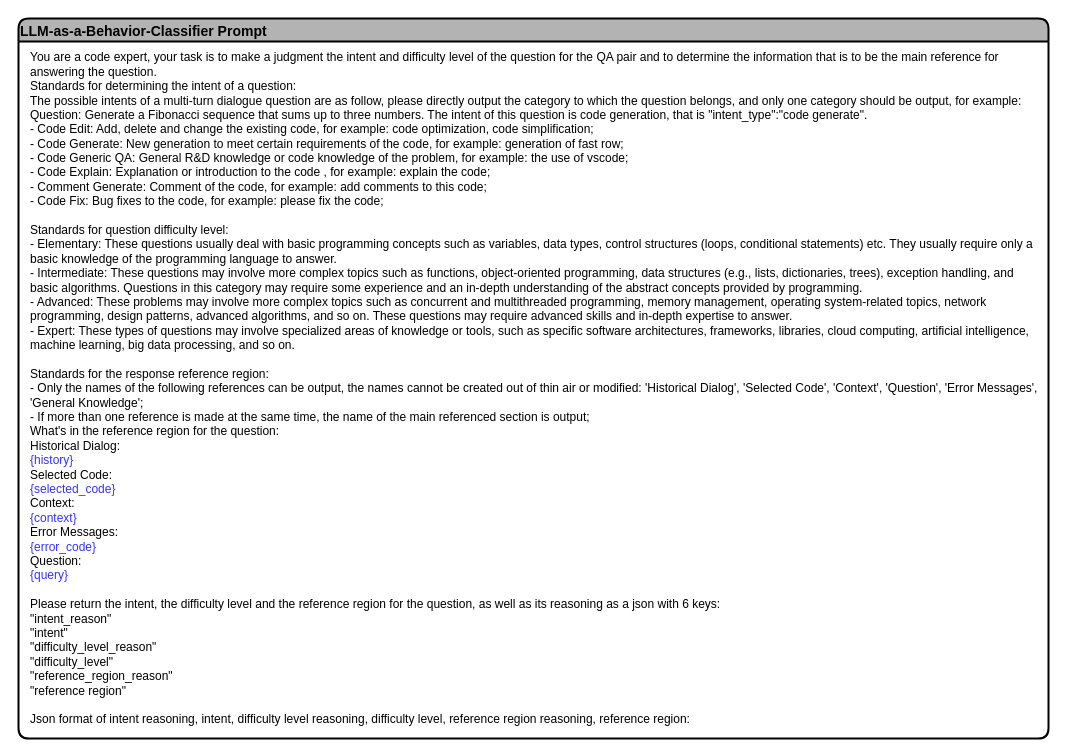
This is DialogAgent/LLM classifier prompt.drawio from liangxiaoyun/drawio_pics, a draw.io file, before an edit. Source tidied: cells renumbered, new cells numbered last; positions are measured from the earlier drawing's top-left corner, leaving out a move shared by most shapes. Both pictures are drawn from the tidied source at 100%, with x=0, y=0 at pixel (18, 18).
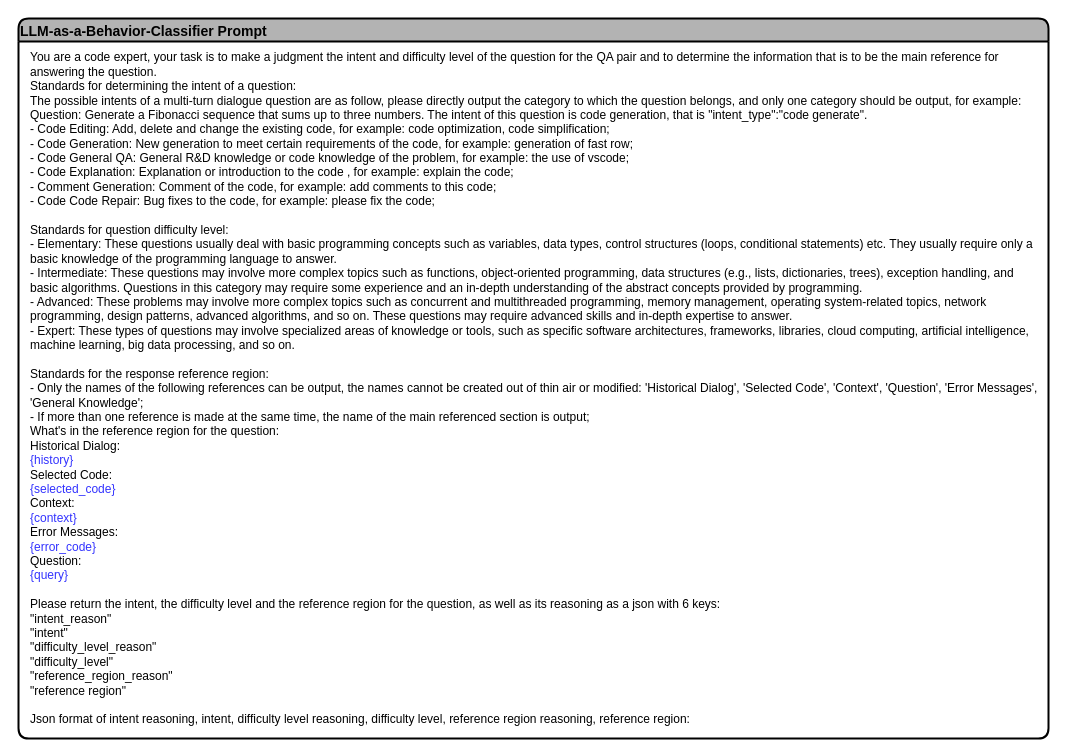
The same diagram, later.

What changed in the source:
```diff
@@
 <mxGraphModel>
   <root>
     <mxCell id="0" />
     <mxCell id="1" parent="0" />
     <mxCell id="2" value="LLM-as-a-Behavior-Classifier Prompt" style="swimlane;rounded=1;align=left;fillColor=#B3B3B3;strokeWidth=2;fontSize=14;" parent="1" vertex="1">
       <mxGeometry width="1030" height="720" as="geometry" />
     </mxCell>
-    <mxCell id="3" value="&lt;div&gt;&lt;span style=&quot;background-color: initial;&quot;&gt;You are a code expert,&amp;nbsp;&lt;/span&gt;&lt;span style=&quot;background-color: initial;&quot;&gt;your task is to&amp;nbsp;&lt;/span&gt;make a judgment&lt;span style=&quot;background-color: initial;&quot;&gt;&amp;nbsp;the intent and difficulty level of the question for the QA pair and to determine the information that is to be the main reference for answering the question.&lt;/span&gt;&lt;/div&gt;&lt;div&gt;Standards for determining the intent of a question:&lt;/div&gt;&lt;div&gt;The possible intents of a multi-turn dialogue question are as follow, please directly output the category to which the question belongs, and only one category should be output, for example: Question: Generate a Fibonacci sequence that sums up to three numbers. The intent of this question is code generation, that is &quot;intent_type&quot;:&quot;&lt;span style=&quot;text-align: center; text-wrap: nowrap;&quot;&gt;code generate&lt;/span&gt;&quot;.&lt;/div&gt;&lt;div&gt;- C&lt;span style=&quot;text-align: center; text-wrap: nowrap;&quot;&gt;ode Edit&lt;/span&gt;: Add, delete and change the existing code, for example: code optimization, code simplification;&lt;/div&gt;&lt;div&gt;- C&lt;span style=&quot;text-align: center; text-wrap: nowrap;&quot;&gt;ode Generate&lt;/span&gt;: New generation to meet certain requirements of the code, for example: generation of fast row;&lt;/div&gt;&lt;div&gt;- Code Generic QA: General R&amp;amp;D knowledge or code knowledge of the problem, for example: the use of vscode;&lt;/div&gt;&lt;div&gt;- C&lt;span style=&quot;text-align: center; text-wrap: nowrap;&quot;&gt;ode Explain&lt;/span&gt;: Explanation or introduction to the code , for example: explain the code;&lt;/div&gt;&lt;div&gt;- Comment Generate: Comment&amp;nbsp;of the code, for example: add comments to this code;&lt;/div&gt;&lt;div&gt;- C&lt;span style=&quot;text-align: center; text-wrap: nowrap;&quot;&gt;ode Fix&lt;/span&gt;: B&lt;span style=&quot;background-color: initial;&quot;&gt;ug fixes to the code, for example: please fix the code;&lt;/span&gt;&lt;/div&gt;&lt;div&gt;&lt;span style=&quot;background-color: initial;&quot;&gt;&lt;br&gt;&lt;/span&gt;&lt;/div&gt;&lt;div&gt;Standards for question difficulty level:&lt;/div&gt;&lt;div&gt;&lt;div&gt;- Elementary: These questions usually deal with basic programming concepts such as variables, data types, control structures (loops, conditional statements) etc. They usually require only a basic knowledge of the programming language to answer.&lt;/div&gt;&lt;div&gt;- Intermediate: These questions may involve more complex topics such as functions, object-oriented programming, data structures (e.g., lists, dictionaries, trees), exception handling, and basic algorithms. Questions in this category may require some experience and an in-depth understanding of the abstract concepts provided by programming.&lt;/div&gt;&lt;div&gt;- Advanced: These problems may involve more complex topics such as concurrent and multithreaded programming, memory management, operating system-related topics, network programming, design patterns, advanced algorithms, and so on. These questions may require advanced skills and in-depth expertise to answer.&lt;/div&gt;&lt;div&gt;- Expert: These types of questions may involve specialized areas of knowledge or tools, such as specific software architectures, frameworks, libraries, cloud computing, artificial intelligence, machine learning, big data processing, and so on.&lt;/div&gt;&lt;/div&gt;&lt;div&gt;&lt;br&gt;&lt;/div&gt;&lt;div&gt;&lt;div&gt;&lt;span style=&quot;background-color: initial;&quot;&gt;Standards&lt;/span&gt;&amp;nbsp;for the response reference region:&lt;/div&gt;&lt;div&gt;- Only the names of the following references can be output, the names cannot be created out of thin air or modified: 'Historical Dialog', 'Selected Code', 'Context', 'Question', 'Error Messages', 'General Knowledge';&lt;/div&gt;&lt;div&gt;- If more than one reference is made at the same time, the name of the main referenced section is output;&lt;/div&gt;&lt;div&gt;What's in the reference region for the question:&lt;/div&gt;&lt;div&gt;&lt;span style=&quot;background-color: initial;&quot;&gt;Historical Dialog&lt;/span&gt;:&lt;/div&gt;&lt;div&gt;&lt;font color=&quot;#3333ff&quot;&gt;{history}&lt;/font&gt;&lt;/div&gt;&lt;div&gt;Selected Code:&lt;/div&gt;&lt;div&gt;&lt;font color=&quot;#3333ff&quot;&gt;{selected_code}&lt;/font&gt;&lt;/div&gt;&lt;div&gt;&lt;span style=&quot;background-color: initial;&quot;&gt;Context&lt;/span&gt;:&lt;/div&gt;&lt;div&gt;&lt;font color=&quot;#3333ff&quot;&gt;{c&lt;span style=&quot;background-color: initial;&quot;&gt;ontext&lt;/span&gt;&lt;span style=&quot;background-color: initial;&quot;&gt;}&lt;/span&gt;&lt;/font&gt;&lt;/div&gt;&lt;div&gt;Error Messages:&lt;/div&gt;&lt;div&gt;&lt;font color=&quot;#3333ff&quot;&gt;{error_code}&lt;/font&gt;&lt;/div&gt;&lt;div&gt;Question:&lt;/div&gt;&lt;div&gt;&lt;font color=&quot;#3333ff&quot;&gt;{query}&lt;/font&gt;&lt;/div&gt;&lt;/div&gt;&lt;div&gt;&lt;br&gt;&lt;/div&gt;&lt;div&gt;Please return the intent, the&amp;nbsp;&lt;span style=&quot;background-color: initial;&quot;&gt;difficulty level&lt;/span&gt;&lt;span style=&quot;background-color: initial;&quot;&gt;&amp;nbsp;and the&amp;nbsp;&lt;/span&gt;&lt;span style=&quot;background-color: initial;&quot;&gt;reference region&amp;nbsp;for the question, as well as&amp;nbsp;&lt;/span&gt;&lt;span style=&quot;background-color: initial;&quot;&gt;its reasoning&amp;nbsp;as a json&amp;nbsp;with 6 keys:&lt;/span&gt;&lt;/div&gt;&lt;div&gt;&quot;intent_reason&quot;&lt;/div&gt;&lt;div&gt;&quot;intent&quot;&lt;/div&gt;&lt;div&gt;&quot;difficulty_level_reason&quot;&lt;/div&gt;&lt;div&gt;&quot;difficulty_level&quot;&lt;/div&gt;&lt;div&gt;&quot;&lt;span style=&quot;background-color: initial;&quot;&gt;reference_region_reason&lt;/span&gt;&lt;span style=&quot;background-color: initial;&quot;&gt;&quot;&lt;/span&gt;&lt;/div&gt;&lt;div&gt;&lt;span style=&quot;background-color: initial;&quot;&gt;&quot;&lt;/span&gt;&lt;span style=&quot;background-color: initial;&quot;&gt;reference&amp;nbsp;&lt;/span&gt;&lt;span style=&quot;background-color: initial;&quot;&gt;region&lt;/span&gt;&lt;span style=&quot;background-color: initial;&quot;&gt;&quot;&lt;/span&gt;&lt;/div&gt;&lt;div&gt;&lt;br&gt;&lt;/div&gt;&lt;div&gt;Json format of intent reasoning, intent, difficulty level reasoning, difficulty level,&amp;nbsp;&lt;span style=&quot;background-color: initial;&quot;&gt;reference region&amp;nbsp;reasoning,&amp;nbsp;&lt;/span&gt;&lt;span style=&quot;background-color: initial;&quot;&gt;reference&amp;nbsp;&lt;/span&gt;&lt;span style=&quot;background-color: initial;&quot;&gt;region:&lt;/span&gt;&lt;/div&gt;" style="text;html=1;align=left;verticalAlign=middle;whiteSpace=wrap;rounded=0;" parent="1" vertex="1">
+    <mxCell id="3" value="&lt;div&gt;&lt;span style=&quot;background-color: initial;&quot;&gt;You are a code expert,&amp;nbsp;&lt;/span&gt;&lt;span style=&quot;background-color: initial;&quot;&gt;your task is to&amp;nbsp;&lt;/span&gt;make a judgment&lt;span style=&quot;background-color: initial;&quot;&gt;&amp;nbsp;the intent and difficulty level of the question for the QA pair and to determine the information that is to be the main reference for answering the question.&lt;/span&gt;&lt;/div&gt;&lt;div&gt;Standards for determining the intent of a question:&lt;/div&gt;&lt;div&gt;The possible intents of a multi-turn dialogue question are as follow, please directly output the category to which the question belongs, and only one category should be output, for example: Question: Generate a Fibonacci sequence that sums up to three numbers. The intent of this question is code generation, that is &quot;intent_type&quot;:&quot;&lt;span style=&quot;text-align: center; text-wrap: nowrap;&quot;&gt;code generate&lt;/span&gt;&quot;.&lt;/div&gt;&lt;div&gt;- C&lt;span style=&quot;text-align: center; text-wrap: nowrap;&quot;&gt;ode Editing&lt;/span&gt;: Add, delete and change the existing code, for example: code optimization, code simplification;&lt;/div&gt;&lt;div&gt;- C&lt;span style=&quot;text-align: center; text-wrap: nowrap;&quot;&gt;ode Generation&lt;/span&gt;: New generation to meet certain requirements of the code, for example: generation of fast row;&lt;/div&gt;&lt;div&gt;- Code General QA: General R&amp;amp;D knowledge or code knowledge of the problem, for example: the use of vscode;&lt;/div&gt;&lt;div&gt;&lt;span style=&quot;text-align: center; background-color: initial;&quot;&gt;- C&lt;/span&gt;&lt;span style=&quot;text-align: center; background-color: initial; text-wrap: nowrap;&quot;&gt;ode E&lt;/span&gt;&lt;span style=&quot;text-align: center; background-color: initial; text-wrap: nowrap;&quot;&gt;xplanation&lt;/span&gt;&lt;span style=&quot;text-align: center; background-color: initial;&quot;&gt;: Explanation or introduction to the code , for example: explain the code;&lt;/span&gt;&lt;/div&gt;&lt;div&gt;- Comment Generation: Comment&amp;nbsp;of the code, for example: add comments to this code;&lt;/div&gt;&lt;div&gt;&lt;span style=&quot;text-align: center; background-color: initial;&quot;&gt;- C&lt;/span&gt;&lt;span style=&quot;text-align: center; background-color: initial; text-wrap: nowrap;&quot;&gt;ode&amp;nbsp;&lt;/span&gt;&lt;span style=&quot;text-align: center; background-color: initial; text-wrap: nowrap;&quot;&gt;Code Repair&lt;/span&gt;&lt;span style=&quot;text-align: center; background-color: initial;&quot;&gt;: B&lt;/span&gt;&lt;span style=&quot;text-align: center; background-color: initial;&quot;&gt;ug fixes to the code, for example: please fix the code;&lt;/span&gt;&lt;/div&gt;&lt;div&gt;&lt;span style=&quot;background-color: initial;&quot;&gt;&lt;br&gt;&lt;/span&gt;&lt;/div&gt;&lt;div&gt;Standards for question difficulty level:&lt;/div&gt;&lt;div&gt;&lt;div&gt;- Elementary: These questions usually deal with basic programming concepts such as variables, data types, control structures (loops, conditional statements) etc. They usually require only a basic knowledge of the programming language to answer.&lt;/div&gt;&lt;div&gt;- Intermediate: These questions may involve more complex topics such as functions, object-oriented programming, data structures (e.g., lists, dictionaries, trees), exception handling, and basic algorithms. Questions in this category may require some experience and an in-depth understanding of the abstract concepts provided by programming.&lt;/div&gt;&lt;div&gt;- Advanced: These problems may involve more complex topics such as concurrent and multithreaded programming, memory management, operating system-related topics, network programming, design patterns, advanced algorithms, and so on. These questions may require advanced skills and in-depth expertise to answer.&lt;/div&gt;&lt;div&gt;- Expert: These types of questions may involve specialized areas of knowledge or tools, such as specific software architectures, frameworks, libraries, cloud computing, artificial intelligence, machine learning, big data processing, and so on.&lt;/div&gt;&lt;/div&gt;&lt;div&gt;&lt;br&gt;&lt;/div&gt;&lt;div&gt;&lt;div&gt;&lt;span style=&quot;background-color: initial;&quot;&gt;Standards&lt;/span&gt;&amp;nbsp;for the response reference region:&lt;/div&gt;&lt;div&gt;- Only the names of the following references can be output, the names cannot be created out of thin air or modified: 'Historical Dialog', 'Selected Code', 'Context', 'Question', 'Error Messages', 'General Knowledge';&lt;/div&gt;&lt;div&gt;- If more than one reference is made at the same time, the name of the main referenced section is output;&lt;/div&gt;&lt;div&gt;What's in the reference region for the question:&lt;/div&gt;&lt;div&gt;&lt;span style=&quot;background-color: initial;&quot;&gt;Historical Dialog&lt;/span&gt;:&lt;/div&gt;&lt;div&gt;&lt;font color=&quot;#3333ff&quot;&gt;{history}&lt;/font&gt;&lt;/div&gt;&lt;div&gt;Selected Code:&lt;/div&gt;&lt;div&gt;&lt;font color=&quot;#3333ff&quot;&gt;{selected_code}&lt;/font&gt;&lt;/div&gt;&lt;div&gt;&lt;span style=&quot;background-color: initial;&quot;&gt;Context&lt;/span&gt;:&lt;/div&gt;&lt;div&gt;&lt;font color=&quot;#3333ff&quot;&gt;{c&lt;span style=&quot;background-color: initial;&quot;&gt;ontext&lt;/span&gt;&lt;span style=&quot;background-color: initial;&quot;&gt;}&lt;/span&gt;&lt;/font&gt;&lt;/div&gt;&lt;div&gt;Error Messages:&lt;/div&gt;&lt;div&gt;&lt;font color=&quot;#3333ff&quot;&gt;{error_code}&lt;/font&gt;&lt;/div&gt;&lt;div&gt;Question:&lt;/div&gt;&lt;div&gt;&lt;font color=&quot;#3333ff&quot;&gt;{query}&lt;/font&gt;&lt;/div&gt;&lt;/div&gt;&lt;div&gt;&lt;br&gt;&lt;/div&gt;&lt;div&gt;Please return the intent, the&amp;nbsp;&lt;span style=&quot;background-color: initial;&quot;&gt;difficulty level&lt;/span&gt;&lt;span style=&quot;background-color: initial;&quot;&gt;&amp;nbsp;and the&amp;nbsp;&lt;/span&gt;&lt;span style=&quot;background-color: initial;&quot;&gt;reference region&amp;nbsp;for the question, as well as&amp;nbsp;&lt;/span&gt;&lt;span style=&quot;background-color: initial;&quot;&gt;its reasoning&amp;nbsp;as a json&amp;nbsp;with 6 keys:&lt;/span&gt;&lt;/div&gt;&lt;div&gt;&quot;intent_reason&quot;&lt;/div&gt;&lt;div&gt;&quot;intent&quot;&lt;/div&gt;&lt;div&gt;&quot;difficulty_level_reason&quot;&lt;/div&gt;&lt;div&gt;&quot;difficulty_level&quot;&lt;/div&gt;&lt;div&gt;&quot;&lt;span style=&quot;background-color: initial;&quot;&gt;reference_region_reason&lt;/span&gt;&lt;span style=&quot;background-color: initial;&quot;&gt;&quot;&lt;/span&gt;&lt;/div&gt;&lt;div&gt;&lt;span style=&quot;background-color: initial;&quot;&gt;&quot;&lt;/span&gt;&lt;span style=&quot;background-color: initial;&quot;&gt;reference&amp;nbsp;&lt;/span&gt;&lt;span style=&quot;background-color: initial;&quot;&gt;region&lt;/span&gt;&lt;span style=&quot;background-color: initial;&quot;&gt;&quot;&lt;/span&gt;&lt;/div&gt;&lt;div&gt;&lt;br&gt;&lt;/div&gt;&lt;div&gt;Json format of intent reasoning, intent, difficulty level reasoning, difficulty level,&amp;nbsp;&lt;span style=&quot;background-color: initial;&quot;&gt;reference region&amp;nbsp;reasoning,&amp;nbsp;&lt;/span&gt;&lt;span style=&quot;background-color: initial;&quot;&gt;reference&amp;nbsp;&lt;/span&gt;&lt;span style=&quot;background-color: initial;&quot;&gt;region:&lt;/span&gt;&lt;/div&gt;" style="text;html=1;align=left;verticalAlign=middle;whiteSpace=wrap;rounded=0;" parent="1" vertex="1">
       <mxGeometry x="10" y="70" width="1010" height="600" as="geometry" />
     </mxCell>
   </root>
 </mxGraphModel>
```
